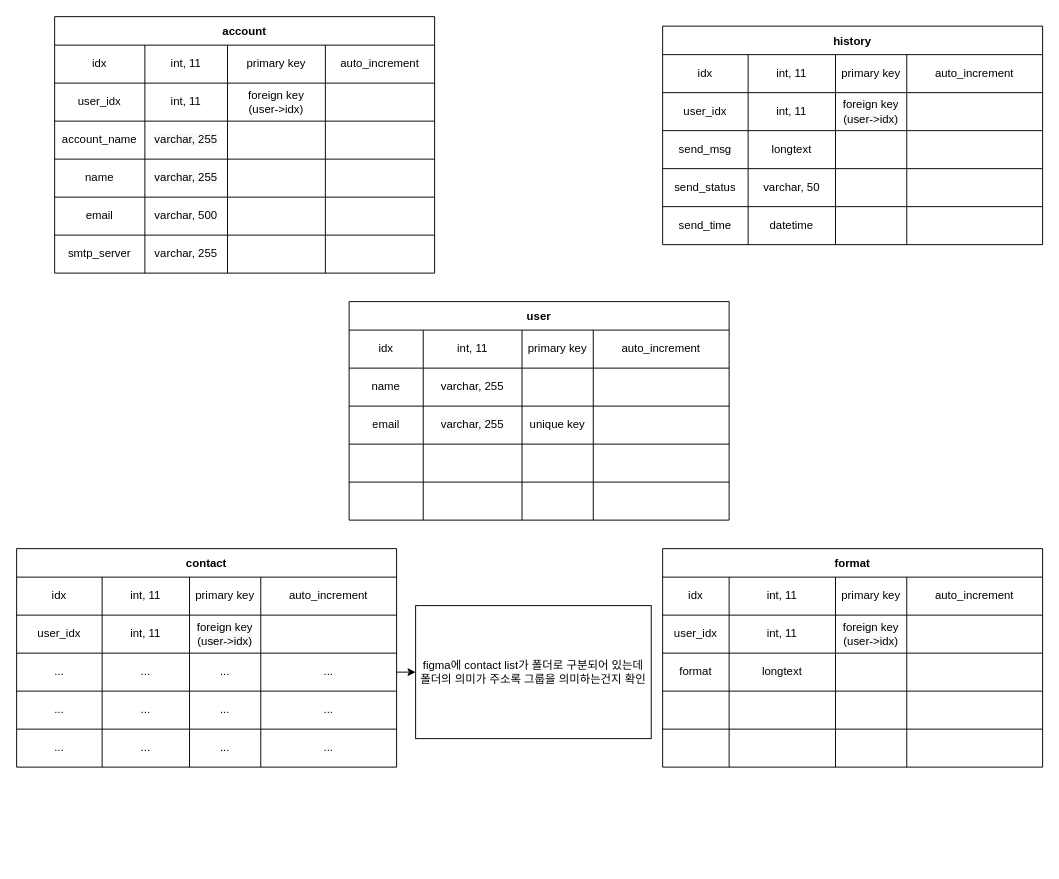
Above: mail-sender.drawio in mail-sender/mail_sender_back (draw.io), before the change. Source tidied: cells renumbered, new cells numbered last; positions are measured from the earlier drawing's top-left corner, leaving out a move shared by most shapes. Both pictures are drawn from the tidied source at 95%, with x=0, y=0 at pixel (16, 16).
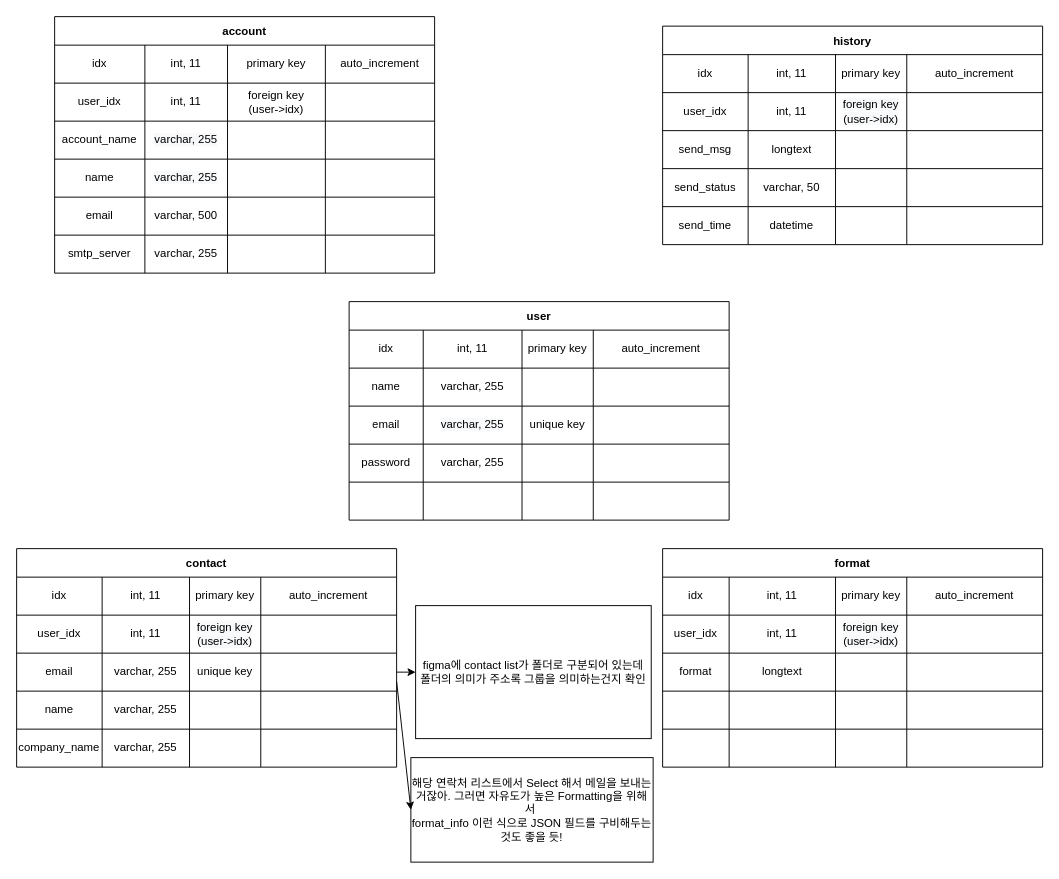
The same page after the edit.

The change refers to these unchanged cells:
```xml
<mxCell id="19" style="shape=tableRow;horizontal=0;startSize=0;swimlaneHead=0;swimlaneBody=0;top=0;left=0;bottom=0;right=0;fillColor=none;" parent="3" vertex="1">
  <mxGeometry y="150" width="400" height="40" as="geometry" />
</mxCell>
<mxCell id="123" style="shape=tableRow;horizontal=0;startSize=0;swimlaneHead=0;swimlaneBody=0;top=0;left=0;bottom=0;right=0;fillColor=none;points=[[0,0.5],[1,0.5]];portConstraint=eastwest;" parent="112" vertex="1">
  <mxGeometry y="110" width="400" height="40" as="geometry" />
</mxCell>
<mxCell id="128" style="shape=tableRow;horizontal=0;startSize=0;swimlaneHead=0;swimlaneBody=0;top=0;left=0;bottom=0;right=0;fillColor=none;" parent="112" vertex="1">
  <mxGeometry y="150" width="400" height="40" as="geometry" />
</mxCell>
<mxCell id="133" style="shape=tableRow;horizontal=0;startSize=0;swimlaneHead=0;swimlaneBody=0;top=0;left=0;bottom=0;right=0;fillColor=none;" parent="112" vertex="1">
  <mxGeometry y="190" width="400" height="40" as="geometry" />
</mxCell>
```

What changed in the source:
```diff
@@
-    <mxCell id="20" style="shape=partialRectangle;html=1;whiteSpace=wrap;fillColor=none;top=0;left=0;bottom=0;right=0;overflow=hidden;" parent="19" vertex="1">
+    <mxCell id="20" value="password" style="shape=partialRectangle;html=1;whiteSpace=wrap;fillColor=none;top=0;left=0;bottom=0;right=0;overflow=hidden;" parent="19" vertex="1">
       <mxGeometry width="78" height="40" as="geometry" />
     </mxCell>
-    <mxCell id="21" style="shape=partialRectangle;html=1;whiteSpace=wrap;fillColor=none;top=0;left=0;bottom=0;right=0;overflow=hidden;" parent="19" vertex="1">
+    <mxCell id="21" value="&lt;span style=&quot;font-family: &amp;#34;helvetica&amp;#34;&quot;&gt;varchar, 255&lt;/span&gt;" style="shape=partialRectangle;html=1;whiteSpace=wrap;fillColor=none;top=0;left=0;bottom=0;right=0;overflow=hidden;" parent="19" vertex="1">
       <mxGeometry x="78" width="104" height="40" as="geometry" />
     </mxCell>
@@
-    <mxCell id="86" value="history" style="shape=table;startSize=30;childLayout=tableLayout;fontStyle=1;align=center;" parent="1" vertex="1">
+    <mxCell id="86" value="history" style="shape=table;startSize=30;childLayout=tableLayout;fontStyle=1;align=center;strokeWidth=1;" parent="1" vertex="1">
       <mxGeometry x="680" y="10" width="400" height="230" as="geometry" />
     </mxCell>
@@
-    <mxCell id="124" value="&lt;span style=&quot;text-align: left&quot;&gt;...&lt;/span&gt;" style="shape=partialRectangle;html=1;whiteSpace=wrap;fillColor=none;top=0;left=0;bottom=0;right=0;overflow=hidden;" parent="123" vertex="1">
+    <mxCell id="124" value="&lt;span style=&quot;text-align: left&quot;&gt;email&lt;/span&gt;" style="shape=partialRectangle;html=1;whiteSpace=wrap;fillColor=none;top=0;left=0;bottom=0;right=0;overflow=hidden;" parent="123" vertex="1">
       <mxGeometry width="90" height="40" as="geometry" />
     </mxCell>
-    <mxCell id="125" value="&lt;span style=&quot;text-align: left&quot;&gt;...&lt;/span&gt;" style="shape=partialRectangle;html=1;whiteSpace=wrap;fillColor=none;top=0;left=0;bottom=0;right=0;overflow=hidden;" parent="123" vertex="1">
+    <mxCell id="125" value="&lt;span style=&quot;font-family: &amp;#34;helvetica&amp;#34;&quot;&gt;varchar, 255&lt;/span&gt;" style="shape=partialRectangle;html=1;whiteSpace=wrap;fillColor=none;top=0;left=0;bottom=0;right=0;overflow=hidden;" parent="123" vertex="1">
       <mxGeometry x="90" width="92" height="40" as="geometry" />
     </mxCell>
-    <mxCell id="126" value="&lt;span style=&quot;text-align: left&quot;&gt;...&lt;/span&gt;" style="shape=partialRectangle;html=1;whiteSpace=wrap;fillColor=none;top=0;left=0;bottom=0;right=0;overflow=hidden;" parent="123" vertex="1">
+    <mxCell id="126" value="unique key" style="shape=partialRectangle;html=1;whiteSpace=wrap;fillColor=none;top=0;left=0;bottom=0;right=0;overflow=hidden;" parent="123" vertex="1">
       <mxGeometry x="182" width="75" height="40" as="geometry" />
     </mxCell>
-    <mxCell id="127" value="&lt;span style=&quot;text-align: left&quot;&gt;...&lt;/span&gt;" style="shape=partialRectangle;html=1;whiteSpace=wrap;fillColor=none;top=0;left=0;bottom=0;right=0;overflow=hidden;" parent="123" vertex="1">
+    <mxCell id="127" style="shape=partialRectangle;html=1;whiteSpace=wrap;fillColor=none;top=0;left=0;bottom=0;right=0;overflow=hidden;" parent="123" vertex="1">
       <mxGeometry x="257" width="143" height="40" as="geometry" />
     </mxCell>
@@
-    <mxCell id="129" value="&lt;span style=&quot;text-align: left&quot;&gt;...&lt;/span&gt;" style="shape=partialRectangle;html=1;whiteSpace=wrap;fillColor=none;top=0;left=0;bottom=0;right=0;overflow=hidden;" parent="128" vertex="1">
+    <mxCell id="129" value="&lt;div style=&quot;text-align: left&quot;&gt;name&lt;/div&gt;" style="shape=partialRectangle;html=1;whiteSpace=wrap;fillColor=none;top=0;left=0;bottom=0;right=0;overflow=hidden;" parent="128" vertex="1">
       <mxGeometry width="90" height="40" as="geometry" />
     </mxCell>
-    <mxCell id="130" value="&lt;span style=&quot;text-align: left&quot;&gt;...&lt;/span&gt;" style="shape=partialRectangle;html=1;whiteSpace=wrap;fillColor=none;top=0;left=0;bottom=0;right=0;overflow=hidden;" parent="128" vertex="1">
+    <mxCell id="130" value="&lt;span style=&quot;font-family: &amp;#34;helvetica&amp;#34;&quot;&gt;varchar, 255&lt;/span&gt;" style="shape=partialRectangle;html=1;whiteSpace=wrap;fillColor=none;top=0;left=0;bottom=0;right=0;overflow=hidden;" parent="128" vertex="1">
       <mxGeometry x="90" width="92" height="40" as="geometry" />
     </mxCell>
-    <mxCell id="131" value="&lt;span style=&quot;text-align: left&quot;&gt;...&lt;/span&gt;" style="shape=partialRectangle;html=1;whiteSpace=wrap;fillColor=none;top=0;left=0;bottom=0;right=0;overflow=hidden;" parent="128" vertex="1">
+    <mxCell id="131" style="shape=partialRectangle;html=1;whiteSpace=wrap;fillColor=none;top=0;left=0;bottom=0;right=0;overflow=hidden;" parent="128" vertex="1">
       <mxGeometry x="182" width="75" height="40" as="geometry" />
     </mxCell>
-    <mxCell id="132" value="&lt;span style=&quot;text-align: left&quot;&gt;...&lt;/span&gt;" style="shape=partialRectangle;html=1;whiteSpace=wrap;fillColor=none;top=0;left=0;bottom=0;right=0;overflow=hidden;" parent="128" vertex="1">
+    <mxCell id="132" style="shape=partialRectangle;html=1;whiteSpace=wrap;fillColor=none;top=0;left=0;bottom=0;right=0;overflow=hidden;" parent="128" vertex="1">
       <mxGeometry x="257" width="143" height="40" as="geometry" />
     </mxCell>
@@
-    <mxCell id="134" value="&lt;span style=&quot;text-align: left&quot;&gt;...&lt;/span&gt;" style="shape=partialRectangle;html=1;whiteSpace=wrap;fillColor=none;top=0;left=0;bottom=0;right=0;overflow=hidden;" parent="133" vertex="1">
+    <mxCell id="134" value="&lt;span style=&quot;text-align: left&quot;&gt;company_name&lt;/span&gt;" style="shape=partialRectangle;html=1;whiteSpace=wrap;fillColor=none;top=0;left=0;bottom=0;right=0;overflow=hidden;" parent="133" vertex="1">
       <mxGeometry width="90" height="40" as="geometry" />
     </mxCell>
-    <mxCell id="135" value="&lt;span style=&quot;text-align: left&quot;&gt;...&lt;/span&gt;" style="shape=partialRectangle;html=1;whiteSpace=wrap;fillColor=none;top=0;left=0;bottom=0;right=0;overflow=hidden;" parent="133" vertex="1">
+    <mxCell id="135" value="&lt;span style=&quot;font-family: &amp;#34;helvetica&amp;#34;&quot;&gt;varchar, 255&lt;/span&gt;" style="shape=partialRectangle;html=1;whiteSpace=wrap;fillColor=none;top=0;left=0;bottom=0;right=0;overflow=hidden;" parent="133" vertex="1">
       <mxGeometry x="90" width="92" height="40" as="geometry" />
     </mxCell>
-    <mxCell id="136" value="&lt;span style=&quot;text-align: left&quot;&gt;...&lt;/span&gt;" style="shape=partialRectangle;html=1;whiteSpace=wrap;fillColor=none;top=0;left=0;bottom=0;right=0;overflow=hidden;" parent="133" vertex="1">
+    <mxCell id="136" style="shape=partialRectangle;html=1;whiteSpace=wrap;fillColor=none;top=0;left=0;bottom=0;right=0;overflow=hidden;" parent="133" vertex="1">
       <mxGeometry x="182" width="75" height="40" as="geometry" />
     </mxCell>
-    <mxCell id="137" value="&lt;span style=&quot;text-align: left&quot;&gt;...&lt;/span&gt;" style="shape=partialRectangle;html=1;whiteSpace=wrap;fillColor=none;top=0;left=0;bottom=0;right=0;overflow=hidden;" parent="133" vertex="1">
+    <mxCell id="137" style="shape=partialRectangle;html=1;whiteSpace=wrap;fillColor=none;top=0;left=0;bottom=0;right=0;overflow=hidden;" parent="133" vertex="1">
       <mxGeometry x="257" width="143" height="40" as="geometry" />
     </mxCell>
@@
+    <mxCell id="139" value="해당 연락처 리스트에서 Select 해서 메일을 보내는 거잖아. 그러면 자유도가 높은 Formatting을 위해서&amp;nbsp;&lt;br&gt;format_info 이런 식으로 JSON 필드를 구비해두는 것도 좋을 듯!" style="rounded=0;whiteSpace=wrap;html=1;" parent="1" vertex="1">
+      <mxGeometry x="415" y="780" width="255" height="110" as="geometry" />
+    </mxCell>
+    <mxCell id="140" style="endArrow=classic;html=1;rounded=0;entryX=0;entryY=0.5;entryDx=0;entryDy=0;exitX=1;exitY=0.75;exitDx=0;exitDy=0;exitPerimeter=0;" parent="1" edge="1" source="123" target="139">
+      <mxGeometry relative="1" as="geometry" />
+    </mxCell>
```
